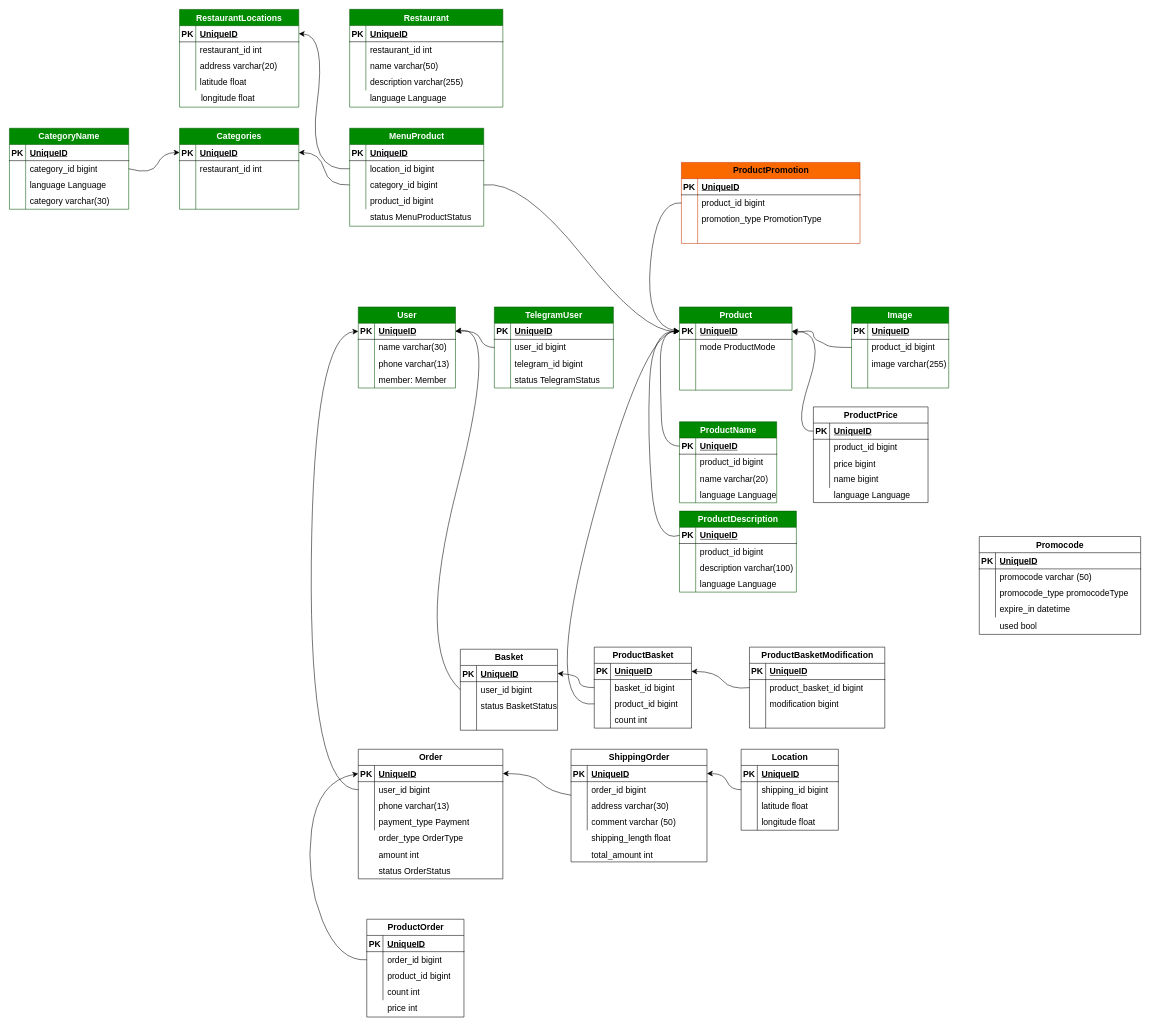
Before: page "db scheme" (2 of 2) of restaurant.drawio in KmvRoman/Diagrams, a draw.io diagram. Source tidied: cells renumbered, new cells numbered last; positions are measured from the earlier drawing's top-left corner, leaving out a move shared by most shapes. Both pictures are drawn from the tidied source at 54%, with x=0, y=0 at pixel (9, 9).
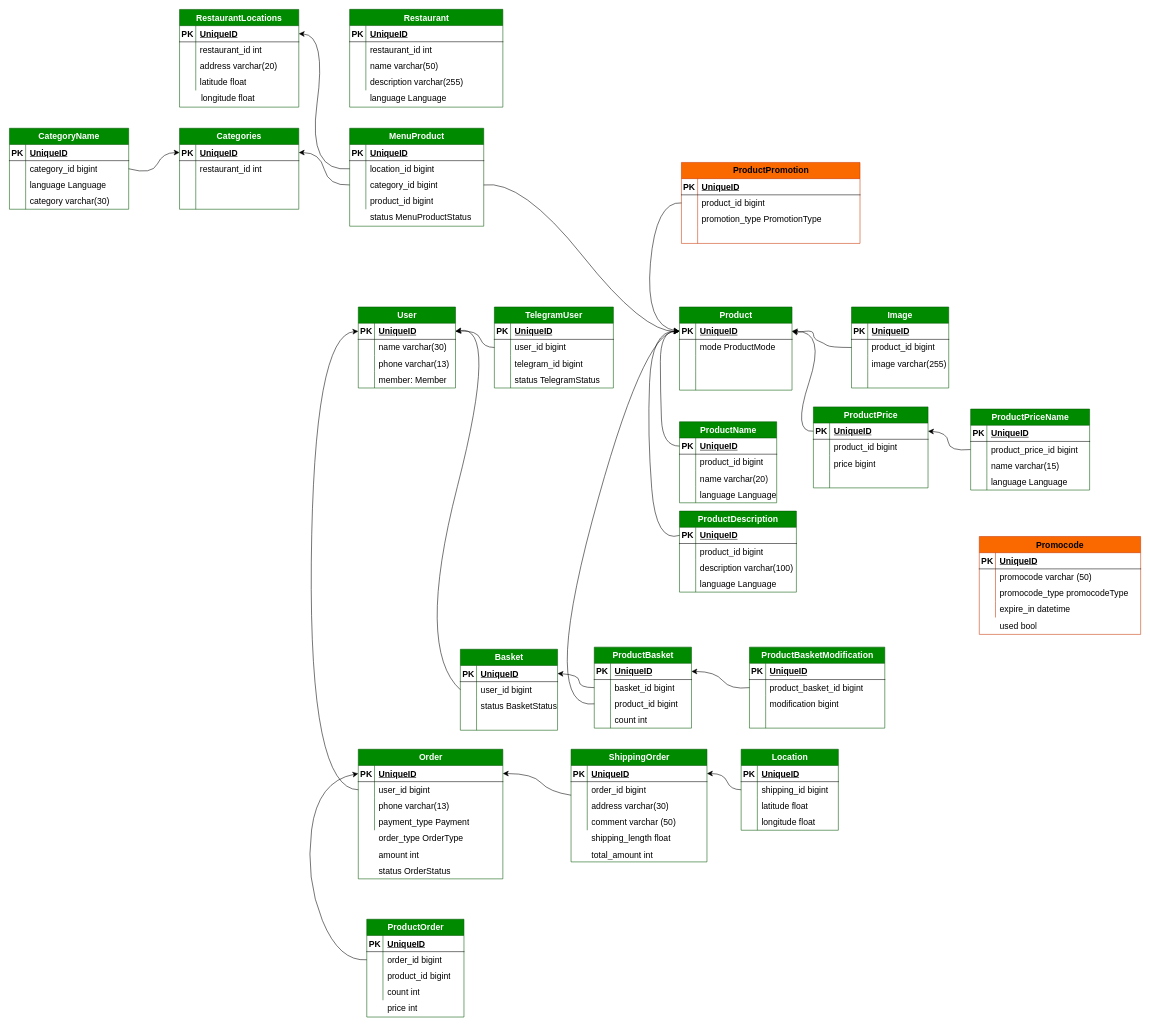
After the change.

The change refers to these unchanged cells:
```xml
<mxCell id="86" style="shape=tableRow;horizontal=0;startSize=0;swimlaneHead=0;swimlaneBody=0;fillColor=none;points=[[0,0.5],[1,0.5]];portConstraint=eastwest;top=0;left=0;right=0;bottom=1;fontSize=16;" parent="85" vertex="1">
  <mxGeometry y="30" width="212.3" height="30" as="geometry" />
</mxCell>
```

What changed in the source:
```diff
@@
-    <mxCell id="85" value="ProductPrice" style="shape=table;startSize=30;childLayout=tableLayout;rowLines=0;fontStyle=1;align=center;html=1;fontSize=16;" parent="1" vertex="1">
-      <mxGeometry x="1488.8" y="736" width="212.3" height="177.2" as="geometry" />
+    <mxCell id="85" value="ProductPrice" style="shape=table;startSize=30;childLayout=tableLayout;rowLines=0;fontStyle=1;align=center;html=1;fontSize=16;fillColor=#008a00;fontColor=#ffffff;strokeColor=#005700;" parent="1" vertex="1">
+      <mxGeometry x="1488.8" y="736" width="212.3" height="150" as="geometry" />
     </mxCell>
@@
-    <mxCell id="98" value="Basket" style="shape=table;startSize=30;childLayout=tableLayout;rowLines=0;fontStyle=1;align=center;html=1;fontSize=16;" parent="1" vertex="1">
+    <mxCell id="98" value="Basket" style="shape=table;startSize=30;childLayout=tableLayout;rowLines=0;fontStyle=1;align=center;html=1;fontSize=16;fillColor=#008a00;fontColor=#ffffff;strokeColor=#005700;" parent="1" vertex="1">
       <mxGeometry x="835" y="1184.8" width="180" height="150" as="geometry" />
     </mxCell>
@@
-    <mxCell id="113" value="ProductBasketModification" style="shape=table;startSize=30;childLayout=tableLayout;rowLines=0;fontStyle=1;align=center;html=1;fontSize=16;" parent="1" vertex="1">
+    <mxCell id="113" value="ProductBasketModification" style="shape=table;startSize=30;childLayout=tableLayout;rowLines=0;fontStyle=1;align=center;html=1;fontSize=16;fillColor=#008a00;fontColor=#ffffff;strokeColor=#005700;" parent="1" vertex="1">
       <mxGeometry x="1370.4" y="1180.9" width="250.6" height="150" as="geometry" />
     </mxCell>
@@
-    <mxCell id="127" value="Order" style="shape=table;startSize=30;childLayout=tableLayout;rowLines=0;fontStyle=1;align=center;html=1;fontSize=16;" parent="1" vertex="1">
+    <mxCell id="127" value="Order" style="shape=table;startSize=30;childLayout=tableLayout;rowLines=0;fontStyle=1;align=center;html=1;fontSize=16;fillColor=#008a00;fontColor=#ffffff;strokeColor=#005700;" parent="1" vertex="1">
       <mxGeometry x="646" y="1370" width="267.7" height="240" as="geometry" />
     </mxCell>
@@
-    <mxCell id="145" value="ShippingOrder" style="shape=table;startSize=30;childLayout=tableLayout;rowLines=0;fontStyle=1;align=center;html=1;fontSize=16;" parent="1" vertex="1">
+    <mxCell id="145" value="ShippingOrder" style="shape=table;startSize=30;childLayout=tableLayout;rowLines=0;fontStyle=1;align=center;html=1;fontSize=16;fillColor=#008a00;fontColor=#ffffff;strokeColor=#005700;" parent="1" vertex="1">
       <mxGeometry x="1040" y="1370" width="251.7" height="208.6" as="geometry" />
     </mxCell>
@@
-    <mxCell id="159" value="Location" style="shape=table;startSize=30;childLayout=tableLayout;rowLines=0;fontStyle=1;align=center;html=1;fontSize=16;" parent="1" vertex="1">
+    <mxCell id="159" value="Location" style="shape=table;startSize=30;childLayout=tableLayout;rowLines=0;fontStyle=1;align=center;html=1;fontSize=16;fillColor=#008a00;fontColor=#ffffff;strokeColor=#005700;" parent="1" vertex="1">
       <mxGeometry x="1355" y="1370" width="180" height="150" as="geometry" />
     </mxCell>
@@
-    <mxCell id="174" value="ProductOrder" style="shape=table;startSize=30;childLayout=tableLayout;rowLines=0;fontStyle=1;align=center;html=1;fontSize=16;" parent="1" vertex="1">
+    <mxCell id="174" value="ProductOrder" style="shape=table;startSize=30;childLayout=tableLayout;rowLines=0;fontStyle=1;align=center;html=1;fontSize=16;fillColor=#008a00;fontColor=#ffffff;strokeColor=#005700;" parent="1" vertex="1">
       <mxGeometry x="661.7" y="1684.8" width="180" height="181.1" as="geometry" />
     </mxCell>
@@
-    <mxCell id="189" value="ProductBasket" style="shape=table;startSize=30;childLayout=tableLayout;rowLines=0;fontStyle=1;align=center;html=1;fontSize=16;" parent="1" vertex="1">
+    <mxCell id="189" value="ProductBasket" style="shape=table;startSize=30;childLayout=tableLayout;rowLines=0;fontStyle=1;align=center;html=1;fontSize=16;fillColor=#008a00;fontColor=#ffffff;strokeColor=#005700;" parent="1" vertex="1">
       <mxGeometry x="1083" y="1180.9" width="180" height="150" as="geometry" />
     </mxCell>
@@
-    <mxCell id="217" value="Promocode" style="shape=table;startSize=30;childLayout=tableLayout;rowLines=0;fontStyle=1;align=center;html=1;fontSize=16;" parent="1" vertex="1">
+    <mxCell id="217" value="Promocode" style="shape=table;startSize=30;childLayout=tableLayout;rowLines=0;fontStyle=1;align=center;html=1;fontSize=16;fillColor=#fa6800;fontColor=#000000;strokeColor=#C73500;" parent="1" vertex="1">
       <mxGeometry x="1796" y="976" width="298.8" height="181.3" as="geometry" />
     </mxCell>
@@
-    <mxCell id="304" value="name bigint" style="shape=partialRectangle;fillColor=none;top=0;left=0;bottom=0;right=0;align=left;spacingLeft=6;overflow=hidden;whiteSpace=wrap;html=1;fontSize=16;" parent="1" vertex="1">
-      <mxGeometry x="1518.8" y="854.1" width="182.3" height="30" as="geometry" />
-    </mxCell>
+    <mxCell id="306" style="edgeStyle=none;curved=1;rounded=0;jettySize=auto;html=1;entryX=1;entryY=0.5;entryDx=0;entryDy=0;fontSize=12;startSize=8;endSize=8;exitX=0;exitY=0.5;exitDx=0;exitDy=0;" parent="1" edge="1" source="311" target="86">
+      <mxGeometry relative="1" as="geometry">
+        <Array as="points">
+          <mxPoint x="1740" y="819" />
+          <mxPoint x="1737" y="783" />
+        </Array>
+      </mxGeometry>
+    </mxCell>
+    <mxCell id="307" value="ProductPriceName" style="shape=table;startSize=30;childLayout=tableLayout;rowLines=0;fontStyle=1;align=center;html=1;fontSize=16;fillColor=#008a00;fontColor=#ffffff;strokeColor=#005700;" parent="1" vertex="1">
+      <mxGeometry x="1780" y="740" width="220.3" height="150" as="geometry" />
+    </mxCell>
+    <mxCell id="308" style="shape=tableRow;horizontal=0;startSize=0;swimlaneHead=0;swimlaneBody=0;fillColor=none;top=0;left=0;right=0;bottom=1;fontSize=16;" parent="307" vertex="1">
+      <mxGeometry y="30" width="220.3" height="30" as="geometry" />
+    </mxCell>
+    <mxCell id="309" value="PK" style="shape=partialRectangle;fillColor=none;top=0;left=0;bottom=0;right=0;fontStyle=1;overflow=hidden;whiteSpace=wrap;html=1;fontSize=16;" parent="308" vertex="1">
+      <mxGeometry width="30" height="30" as="geometry" />
+    </mxCell>
+    <mxCell id="310" value="UniqueID" style="shape=partialRectangle;fillColor=none;top=0;left=0;bottom=0;right=0;align=left;spacingLeft=6;fontStyle=5;overflow=hidden;whiteSpace=wrap;html=1;fontSize=16;" parent="308" vertex="1">
+      <mxGeometry x="30" width="190.3" height="30" as="geometry" />
+    </mxCell>
+    <mxCell id="311" style="shape=tableRow;horizontal=0;startSize=0;swimlaneHead=0;swimlaneBody=0;fillColor=none;points=[[0,0.5],[1,0.5]];portConstraint=eastwest;top=0;left=0;right=0;bottom=0;fontSize=16;" parent="307" vertex="1">
+      <mxGeometry y="60" width="220.3" height="30" as="geometry" />
+    </mxCell>
+    <mxCell id="312" style="shape=partialRectangle;fillColor=none;top=0;left=0;bottom=0;right=0;overflow=hidden;whiteSpace=wrap;html=1;fontSize=16;" parent="311" vertex="1">
+      <mxGeometry width="30" height="30" as="geometry" />
+    </mxCell>
+    <mxCell id="313" value="product_price_id bigint" style="shape=partialRectangle;fillColor=none;top=0;left=0;bottom=0;right=0;align=left;spacingLeft=6;overflow=hidden;whiteSpace=wrap;html=1;fontSize=16;" parent="311" vertex="1">
+      <mxGeometry x="30" width="190.3" height="30" as="geometry" />
+    </mxCell>
+    <mxCell id="314" style="shape=tableRow;horizontal=0;startSize=0;swimlaneHead=0;swimlaneBody=0;fillColor=none;top=0;left=0;right=0;bottom=0;fontSize=16;" parent="307" vertex="1">
+      <mxGeometry y="90" width="220.3" height="30" as="geometry" />
+    </mxCell>
+    <mxCell id="315" style="shape=partialRectangle;fillColor=none;top=0;left=0;bottom=0;right=0;overflow=hidden;whiteSpace=wrap;html=1;fontSize=16;" parent="314" vertex="1">
+      <mxGeometry width="30" height="30" as="geometry" />
+    </mxCell>
+    <mxCell id="316" value="name varchar(15)" style="shape=partialRectangle;fillColor=none;top=0;left=0;bottom=0;right=0;align=left;spacingLeft=6;overflow=hidden;whiteSpace=wrap;html=1;fontSize=16;" parent="314" vertex="1">
+      <mxGeometry x="30" width="190.3" height="30" as="geometry" />
+    </mxCell>
+    <mxCell id="317" style="shape=tableRow;horizontal=0;startSize=0;swimlaneHead=0;swimlaneBody=0;fillColor=none;top=0;left=0;right=0;bottom=0;fontSize=16;" parent="307" vertex="1">
+      <mxGeometry y="120" width="220.3" height="30" as="geometry" />
+    </mxCell>
+    <mxCell id="318" style="shape=partialRectangle;fillColor=none;top=0;left=0;bottom=0;right=0;overflow=hidden;whiteSpace=wrap;html=1;fontSize=16;" parent="317" vertex="1">
+      <mxGeometry width="30" height="30" as="geometry" />
+    </mxCell>
-    <mxCell id="305" value="language Language" style="shape=partialRectangle;fillColor=none;top=0;left=0;bottom=0;right=0;align=left;spacingLeft=6;overflow=hidden;whiteSpace=wrap;html=1;fontSize=16;" parent="1" vertex="1">
-      <mxGeometry x="1518.8" y="884.1" width="182.3" height="30" as="geometry" />
+    <mxCell id="305" value="language Language" style="shape=partialRectangle;fillColor=none;top=0;left=0;bottom=0;right=0;align=left;spacingLeft=6;overflow=hidden;whiteSpace=wrap;html=1;fontSize=16;" parent="317" vertex="1">
+      <mxGeometry x="30" width="190.3" height="30" as="geometry" />
     </mxCell>
```
